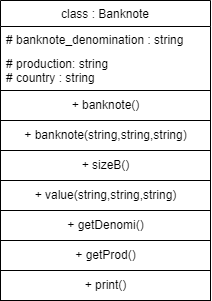
Earlier version of the draw.io export Untitled Diagram.drawio.png (yrikbomber/yrikbomber). Source tidied: cells renumbered, new cells last; positions are measured from the earlier drawing's top-left corner, leaving out a move shared by most shapes.
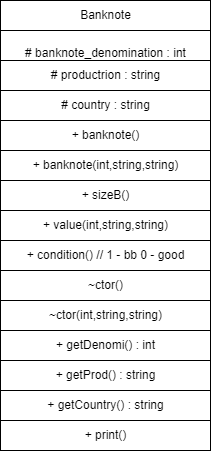
The same file after the commit.

What changed in the source:
```diff
@@ -2,35 +2,50 @@
   <root>
     <mxCell id="0" />
     <mxCell id="1" parent="0" />
-    <mxCell id="2" value="class : Banknote" style="swimlane;fontStyle=0;horizontal=1;startSize=26;fillColor=none;" parent="1" vertex="1">
-      <mxGeometry width="210" height="90" as="geometry" />
-    </mxCell>
-    <mxCell id="3" value="# banknote_denomination : string" style="text;strokeColor=none;fillColor=none;align=left;verticalAlign=top;spacingLeft=4;spacingRight=4;overflow=hidden;" parent="2" vertex="1">
-      <mxGeometry y="26" width="210" height="24" as="geometry" />
-    </mxCell>
-    <mxCell id="4" value="# production: string&#10;# country : string&#10;" style="text;strokeColor=none;fillColor=none;align=left;verticalAlign=top;spacingLeft=4;spacingRight=4;overflow=hidden;" parent="2" vertex="1">
-      <mxGeometry y="50" width="210" height="40" as="geometry" />
-    </mxCell>
     <mxCell id="5" value="+ banknote()" style="html=1;" parent="1" vertex="1">
       <mxGeometry y="90" width="210" height="30" as="geometry" />
     </mxCell>
-    <mxCell id="6" value="+ banknote(string,string,string)" style="html=1;" parent="1" vertex="1">
+    <mxCell id="6" value="+ banknote(int,string,string)" style="html=1;" parent="1" vertex="1">
       <mxGeometry y="120" width="210" height="30" as="geometry" />
     </mxCell>
     <mxCell id="7" value="+ print()" style="html=1;" parent="1" vertex="1">
-      <mxGeometry y="270" width="210" height="30" as="geometry" />
+      <mxGeometry y="390" width="210" height="30" as="geometry" />
     </mxCell>
-    <mxCell id="8" value="+ getDenomi()" style="html=1;" parent="1" vertex="1">
-      <mxGeometry y="210" width="210" height="30" as="geometry" />
+    <mxCell id="8" value="+ getDenomi() : int" style="html=1;" parent="1" vertex="1">
+      <mxGeometry y="300" width="210" height="30" as="geometry" />
     </mxCell>
-    <mxCell id="9" value="+ getProd()" style="html=1;" parent="1" vertex="1">
-      <mxGeometry y="240" width="210" height="30" as="geometry" />
+    <mxCell id="9" value="+ getProd() : string" style="html=1;" parent="1" vertex="1">
+      <mxGeometry y="330" width="210" height="30" as="geometry" />
     </mxCell>
     <mxCell id="10" value="+ sizeB()" style="html=1;" parent="1" vertex="1">
       <mxGeometry y="150" width="210" height="30" as="geometry" />
     </mxCell>
-    <mxCell id="11" value="+ value(string,string,string)" style="html=1;" parent="1" vertex="1">
+    <mxCell id="11" value="+ value(int,string,string)" style="html=1;" parent="1" vertex="1">
       <mxGeometry y="180" width="210" height="30" as="geometry" />
     </mxCell>
+    <mxCell id="12" value="+ getCountry() : string" style="html=1;" parent="1" vertex="1">
+      <mxGeometry y="360" width="210" height="30" as="geometry" />
+    </mxCell>
+    <mxCell id="13" value="+ condition() // 1 - bb 0 - good" style="html=1;" parent="1" vertex="1">
+      <mxGeometry y="210" width="210" height="30" as="geometry" />
+    </mxCell>
+    <mxCell id="14" value="~ctor()" style="html=1;" parent="1" vertex="1">
+      <mxGeometry y="240" width="210" height="30" as="geometry" />
+    </mxCell>
+    <mxCell id="15" value="~ctor(int,string,string)" style="html=1;" parent="1" vertex="1">
+      <mxGeometry y="270" width="210" height="30" as="geometry" />
+    </mxCell>
+    <mxCell id="16" value="# country : string" style="html=1;" parent="1" vertex="1">
+      <mxGeometry y="60" width="210" height="30" as="geometry" />
+    </mxCell>
+    <mxCell id="17" value="&lt;br&gt;&lt;br&gt;# productrion : string&lt;br&gt;&lt;div style=&quot;padding: 0px ; margin: 0px&quot;&gt;&lt;br&gt;&lt;br&gt;&lt;/div&gt;" style="html=1;" parent="1" vertex="1">
+      <mxGeometry y="30" width="210" height="30" as="geometry" />
+    </mxCell>
+    <mxCell id="18" value="&lt;br&gt;#&amp;nbsp;banknote_denomination : int&lt;br&gt;" style="html=1;" parent="1" vertex="1">
+      <mxGeometry width="210" height="30" as="geometry" />
+    </mxCell>
+    <mxCell id="19" value="Banknote" style="html=1;" parent="1" vertex="1">
+      <mxGeometry y="-30" width="210" height="30" as="geometry" />
+    </mxCell>
   </root>
 </mxGraphModel>
```
